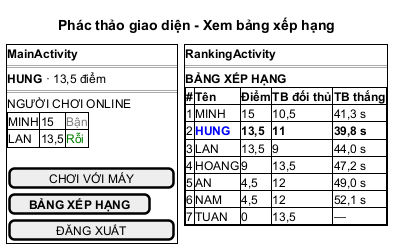
Before: docs/hung/giao-dien-uc04.png, a diagram exported from PlantUML (HungNguyenBa1811/math-dash).
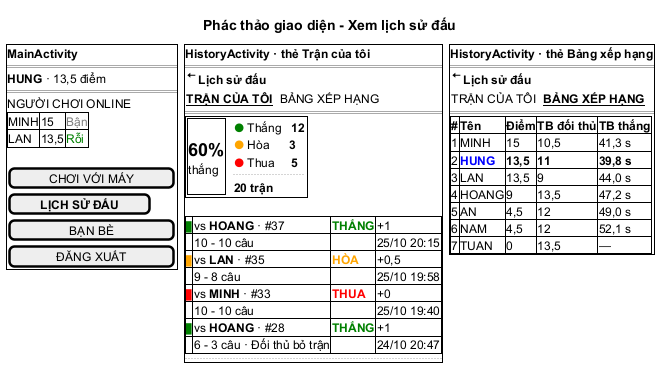
After the change.

The edit, as a diff of the source:
```diff
@@ -1,5 +1,5 @@
 @startsalt giao-dien-uc04
-title Phác thảo giao diện - Xem bảng xếp hạng
+title Phác thảo giao diện - Xem lịch sử đấu
 {
   {+
   <b>MainActivity
@@ -13,12 +13,49 @@
   }
   .
   [    CHƠI VỚI MÁY    ]
-  [  <b>BẢNG XẾP HẠNG</b>  ]
+  [   <b>LỊCH SỬ ĐẤU</b>   ]
+  [       BẠN BÈ       ]
   [      ĐĂNG XUẤT     ]
   } | . | {+
-  <b>RankingActivity
+  <b>HistoryActivity · thẻ Trận của tôi
   ==
-  <b>BẢNG XẾP HẠNG
+  { <&arrow-left> | <b>Lịch sử đấu</b> }
+  { <b><u>TRẬN CỦA TÔI</u></b> | . | BẢNG XẾP HẠNG }
+  ==
+  {+
+  {
+  {+
+  .
+  <size:18><b>60%</b></size>
+  thắng
+  .
+  } | . | {
+  <color:green>●</color> Thắng   <b>12</b>
+  <color:orange>●</color> Hòa      <b>3</b>
+  <color:red>●</color> Thua     <b>5</b>
+  ..
+  <b>20 trận</b>
+  }
+  }
+  }
+  .
+  {#
+  <color:green>▌</color> | vs <b>HOANG</b> · #37 | <color:green><b>THẮNG</b></color> | +1
+  . | 10 - 10 câu | . | 25/10 20:15
+  <color:orange>▌</color> | vs <b>LAN</b> · #35 | <color:orange><b>HÒA</b></color> | +0,5
+  . | 9 - 8 câu | . | 25/10 19:58
+  <color:red>▌</color> | vs <b>MINH</b> · #33 | <color:red><b>THUA</b></color> | +0
+  . | 10 - 10 câu | . | 25/10 19:40
+  <color:green>▌</color> | vs <b>HOANG</b> · #28 | <color:green><b>THẮNG</b></color> | +1
+  . | 6 - 3 câu · Đối thủ bỏ trận | . | 24/10 20:47
+  }
+  ...
+  } | . | {+
+  <b>HistoryActivity · thẻ Bảng xếp hạng
+  ==
+  { <&arrow-left> | <b>Lịch sử đấu</b> }
+  { TRẬN CỦA TÔI | . | <b><u>BẢNG XẾP HẠNG</u></b> }
+  ==
   {#
   <b>#</b> | <b>Tên</b> | <b>Điểm</b> | <b>TB đối thủ</b> | <b>TB thắng</b>
   1 | MINH | 15 | 10,5 | 41,3 s
```
